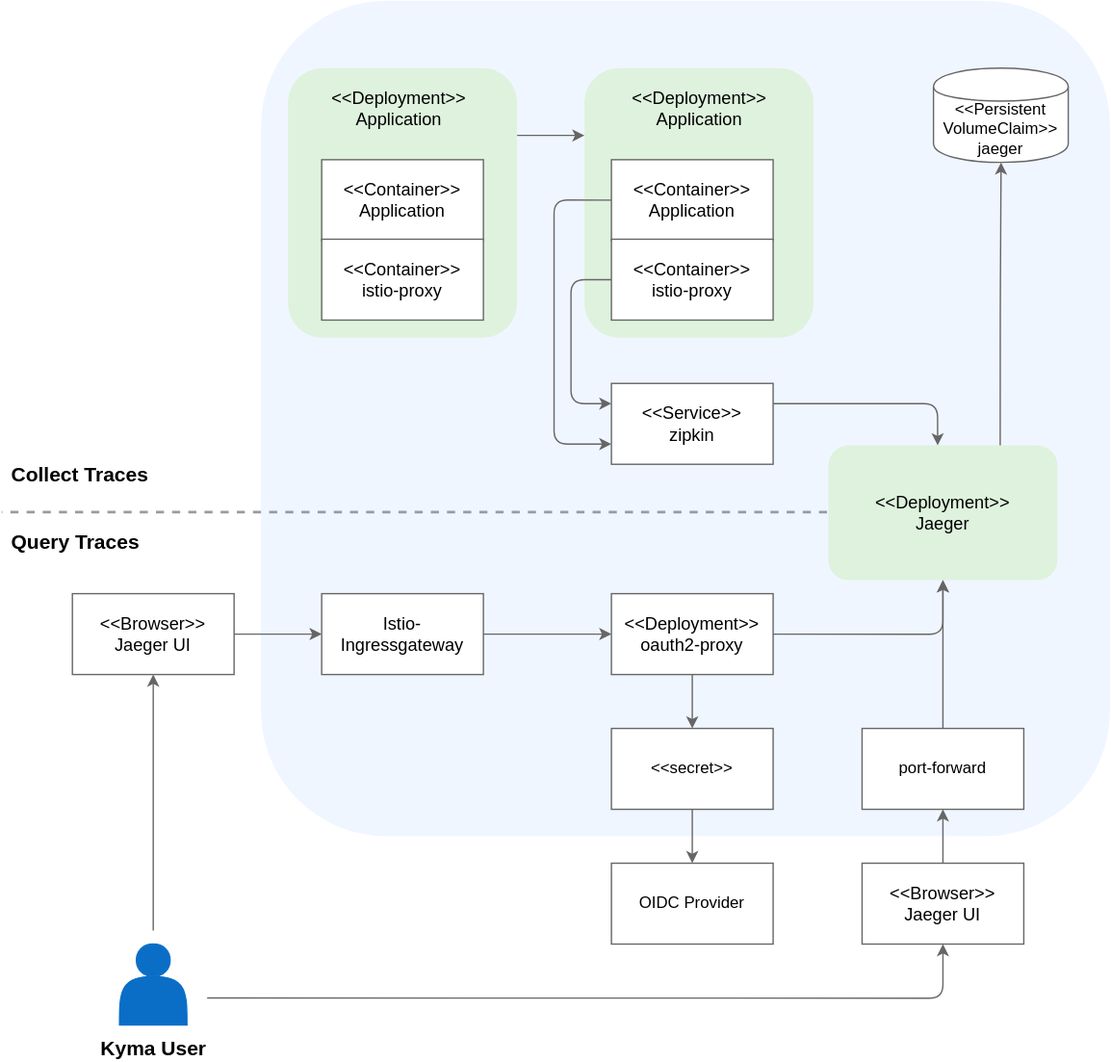
This is docs/05-technical-reference/03-architecture/assets/obsv-tracing-architecture.svg from kyma-project/kyma, a draw.io export, as it was before one commit. Source tidied: cells renumbered, new cells last; positions are measured from the earlier drawing's top-left corner, leaving out a move shared by most shapes.
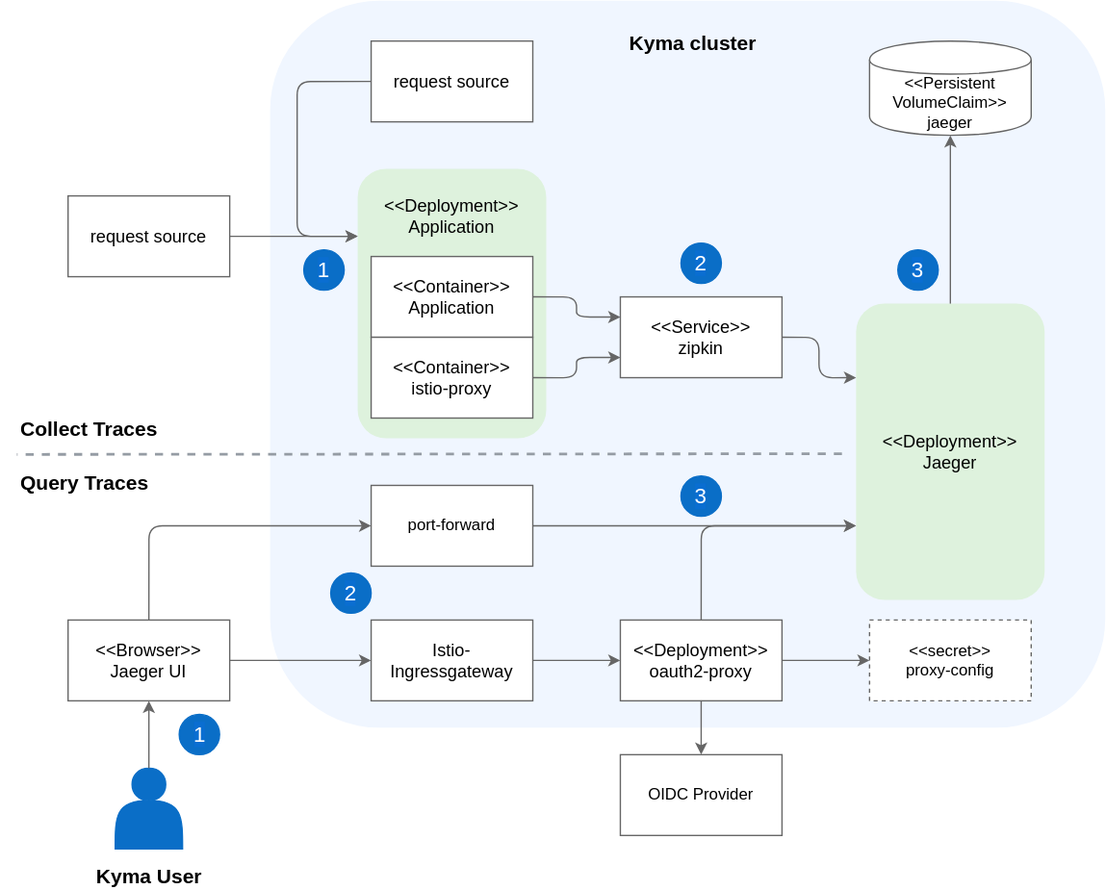
Later version of the same file.

The edit, as a diff of the source:
```diff
@@ -1,143 +1,145 @@
-<mxGraphModel background="#ffffff">
+<mxGraphModel background="#FFFFFF">
   <root>
     <mxCell id="0" />
     <mxCell id="1" parent="0" />
+    <mxCell id="40" style="rounded=0;whiteSpace=wrap;html=1;strokeColor=none;fillColor=#FFFFFF;" parent="1" vertex="1">
+      <mxGeometry x="2" y="90" width="820" height="660" as="geometry" />
+    </mxCell>
     <mxCell id="2" style="rounded=1;whiteSpace=wrap;html=1;strokeColor=none;fillColor=#F0F6FF;" parent="1" vertex="1">
-      <mxGeometry x="192" width="630" height="620" as="geometry" />
+      <mxGeometry x="202" y="90" width="620" height="540" as="geometry" />
     </mxCell>
     <mxCell id="3" style="rounded=1;whiteSpace=wrap;html=1;strokeColor=none;fillColor=#DEF2DD;" parent="1" vertex="1">
-      <mxGeometry x="432" y="50" width="170" height="200" as="geometry" />
+      <mxGeometry x="267" y="215" width="140" height="200" as="geometry" />
     </mxCell>
     <mxCell id="4" value="&lt;span style=&quot;font-size: 13px&quot;&gt;&amp;lt;&amp;lt;Deployment&amp;gt;&amp;gt;&lt;/span&gt;&lt;br style=&quot;font-size: 13px&quot;&gt;&lt;span style=&quot;font-size: 13px&quot;&gt;Jaeger&lt;/span&gt;" style="rounded=1;whiteSpace=wrap;html=1;strokeColor=none;fillColor=#DEF2DD;" parent="1" vertex="1">
-      <mxGeometry x="613" y="330" width="170" height="100" as="geometry" />
+      <mxGeometry x="637" y="315" width="140" height="220" as="geometry" />
     </mxCell>
     <mxCell id="5" value="&lt;font style=&quot;font-size: 13px&quot;&gt;&amp;lt;&amp;lt;Browser&amp;gt;&amp;gt;&lt;br&gt;Jaeger UI&lt;/font&gt;" style="rounded=0;whiteSpace=wrap;html=1;strokeColor=#666666;" parent="1" vertex="1">
-      <mxGeometry x="52" y="440" width="120" height="60" as="geometry" />
+      <mxGeometry x="52" y="550" width="120" height="60" as="geometry" />
     </mxCell>
     <mxCell id="6" style="edgeStyle=orthogonalEdgeStyle;rounded=1;jettySize=auto;html=1;exitX=1;exitY=0.5;exitDx=0;exitDy=0;entryX=0;entryY=0.5;entryDx=0;entryDy=0;fontSize=13;strokeColor=#666666;" parent="1" edge="1" source="7" target="9">
       <mxGeometry relative="1" as="geometry" />
     </mxCell>
     <mxCell id="7" value="Istio-Ingressgateway" style="rounded=0;whiteSpace=wrap;html=1;fontSize=13;strokeColor=#666666;" parent="1" vertex="1">
-      <mxGeometry x="237" y="440" width="120" height="60" as="geometry" />
+      <mxGeometry x="277" y="550" width="120" height="60" as="geometry" />
     </mxCell>
-    <mxCell id="8" style="edgeStyle=orthogonalEdgeStyle;rounded=1;jettySize=auto;html=1;exitX=0.75;exitY=0;exitDx=0;exitDy=0;strokeColor=#666666;" parent="1" edge="1" source="4" target="18">
+    <mxCell id="8" style="edgeStyle=orthogonalEdgeStyle;rounded=1;jettySize=auto;html=1;exitX=0.5;exitY=0;exitDx=0;exitDy=0;strokeColor=#666666;" parent="1" edge="1" source="4" target="18">
       <mxGeometry relative="1" as="geometry" />
     </mxCell>
     <mxCell id="9" value="&amp;lt;&amp;lt;Deployment&amp;gt;&amp;gt;&lt;br style=&quot;font-size: 13px&quot;&gt;oauth2-proxy" style="rounded=0;whiteSpace=wrap;html=1;fontSize=13;strokeColor=#666666;" parent="1" vertex="1">
-      <mxGeometry x="452" y="440" width="120" height="60" as="geometry" />
+      <mxGeometry x="462" y="550" width="120" height="60" as="geometry" />
     </mxCell>
     <mxCell id="10" value="&lt;font style=&quot;font-size: 13px&quot;&gt;&amp;lt;&amp;lt;Container&amp;gt;&amp;gt;&lt;br&gt;Application&lt;br&gt;&lt;/font&gt;" style="rounded=0;whiteSpace=wrap;html=1;fontSize=13;strokeColor=#666666;" parent="1" vertex="1">
-      <mxGeometry x="452" y="118" width="120" height="60" as="geometry" />
+      <mxGeometry x="277" y="280" width="120" height="60" as="geometry" />
     </mxCell>
-    <mxCell id="11" style="edgeStyle=orthogonalEdgeStyle;rounded=1;jettySize=auto;html=1;exitX=0;exitY=0.5;exitDx=0;exitDy=0;entryX=0;entryY=0.25;entryDx=0;entryDy=0;fontSize=13;strokeColor=#666666;" parent="1" edge="1" source="12" target="14">
-      <mxGeometry relative="1" as="geometry">
-        <Array as="points">
-          <mxPoint x="422" y="207" />
-          <mxPoint x="422" y="299" />
-        </Array>
-      </mxGeometry>
-    </mxCell>
     <mxCell id="12" value="&lt;font style=&quot;font-size: 13px&quot;&gt;&amp;lt;&amp;lt;Container&amp;gt;&amp;gt;&lt;br style=&quot;font-size: 13px;&quot;&gt;istio-proxy&lt;/font&gt;" style="rounded=0;whiteSpace=wrap;html=1;fontSize=13;strokeColor=#666666;" parent="1" vertex="1">
-      <mxGeometry x="452" y="177" width="120" height="60" as="geometry" />
+      <mxGeometry x="277" y="340" width="120" height="60" as="geometry" />
     </mxCell>
     <mxCell id="13" value="&lt;font style=&quot;font-size: 13px&quot;&gt;&amp;lt;&amp;lt;Deployment&amp;gt;&amp;gt;&lt;br style=&quot;font-size: 13px&quot;&gt;Application&lt;/font&gt;" style="text;html=1;strokeColor=none;fillColor=none;align=center;verticalAlign=middle;whiteSpace=wrap;rounded=0;fontSize=13;" parent="1" vertex="1">
-      <mxGeometry x="494.5" y="70" width="45" height="20" as="geometry" />
+      <mxGeometry x="277" y="220" width="120" height="60" as="geometry" />
     </mxCell>
     <mxCell id="14" value="&amp;lt;&amp;lt;Service&amp;gt;&amp;gt;&lt;br style=&quot;font-size: 13px;&quot;&gt;zipkin" style="rounded=0;whiteSpace=wrap;html=1;fontSize=13;strokeColor=#666666;" parent="1" vertex="1">
-      <mxGeometry x="452" y="284" width="120" height="60" as="geometry" />
+      <mxGeometry x="462" y="310" width="120" height="60" as="geometry" />
     </mxCell>
     <mxCell id="15" style="endArrow=none;dashed=1;html=1;strokeColor=#959CA4;fontSize=13;strokeWidth=2;" parent="1" edge="1">
       <mxGeometry relative="1" as="geometry">
-        <mxPoint x="612" y="379.5" as="sourcePoint" />
-        <mxPoint x="-0.5" y="379.5" as="targetPoint" />
+        <mxPoint x="626.5" y="426.5" as="sourcePoint" />
+        <mxPoint x="14" y="427" as="targetPoint" />
       </mxGeometry>
     </mxCell>
-    <mxCell id="16" value="&lt;font style=&quot;font-size: 15px&quot;&gt;&lt;b style=&quot;font-size: 15px;&quot;&gt;Collect Traces&lt;/b&gt;&lt;/font&gt;" style="text;html=1;align=left;verticalAlign=top;spacingTop=-4;fontSize=15;" parent="1" vertex="1">
-      <mxGeometry x="4.5" y="340" width="120" height="20" as="geometry" />
+    <mxCell id="16" value="&lt;font style=&quot;font-size: 15px&quot;&gt;&lt;b style=&quot;font-size: 15px;&quot;&gt;Collect Traces&lt;/b&gt;&lt;/font&gt;" style="text;html=1;align=left;verticalAlign=top;spacingTop=-4;fontSize=15;rotation=0;" parent="1" vertex="1">
+      <mxGeometry x="14.5" y="397" width="120" height="20" as="geometry" />
     </mxCell>
-    <mxCell id="17" value="&lt;b&gt;&lt;font style=&quot;font-size: 15px&quot;&gt;Query Traces&lt;/font&gt;&lt;/b&gt;" style="text;html=1;align=left;verticalAlign=top;spacingTop=-4;fontSize=13;" parent="1" vertex="1">
-      <mxGeometry x="4.5" y="390" width="110" height="20" as="geometry" />
+    <mxCell id="17" value="&lt;b style=&quot;font-size: 15px;&quot;&gt;&lt;font style=&quot;font-size: 15px&quot;&gt;Query Traces&lt;/font&gt;&lt;/b&gt;" style="text;html=1;align=left;verticalAlign=top;spacingTop=-4;fontSize=15;rotation=0;" parent="1" vertex="1">
+      <mxGeometry x="14.5" y="437" width="110" height="20" as="geometry" />
     </mxCell>
     <mxCell id="18" value="&amp;lt;&amp;lt;Persistent&lt;br&gt;VolumeClaim&amp;gt;&amp;gt;&lt;br&gt;jaeger" style="shape=cylinder;whiteSpace=wrap;html=1;boundedLbl=1;backgroundOutline=1;strokeColor=#666666;" parent="1" vertex="1">
-      <mxGeometry x="691" y="50" width="100" height="70" as="geometry" />
+      <mxGeometry x="647" y="120" width="120" height="70" as="geometry" />
     </mxCell>
-    <mxCell id="19" style="edgeStyle=orthogonalEdgeStyle;rounded=1;jettySize=auto;html=1;fontSize=13;strokeColor=#666666;exitX=1;exitY=0.25;exitDx=0;exitDy=0;entryX=0;entryY=0.25;entryDx=0;entryDy=0;" parent="1" edge="1" source="21" target="3">
+    <mxCell id="19" style="edgeStyle=orthogonalEdgeStyle;rounded=1;jettySize=auto;html=1;fontSize=13;strokeColor=#666666;exitX=1;exitY=0.5;exitDx=0;exitDy=0;entryX=0;entryY=0.25;entryDx=0;entryDy=0;" parent="1" edge="1" source="23" target="3">
       <mxGeometry relative="1" as="geometry" />
     </mxCell>
-    <mxCell id="20" style="edgeStyle=orthogonalEdgeStyle;rounded=1;jettySize=auto;html=1;entryX=0.477;entryY=0;entryDx=0;entryDy=0;fontSize=13;strokeColor=#666666;exitX=1;exitY=0.25;exitDx=0;exitDy=0;entryPerimeter=0;" parent="1" edge="1" source="14" target="4">
-      <mxGeometry relative="1" as="geometry" />
-    </mxCell>
-    <mxCell id="21" style="rounded=1;whiteSpace=wrap;html=1;strokeColor=none;fillColor=#DEF2DD;" parent="1" vertex="1">
-      <mxGeometry x="212" y="50" width="170" height="200" as="geometry" />
-    </mxCell>
-    <mxCell id="22" value="&lt;font style=&quot;font-size: 13px&quot;&gt;&amp;lt;&amp;lt;Container&amp;gt;&amp;gt;&lt;br&gt;Application&lt;br&gt;&lt;/font&gt;" style="rounded=0;whiteSpace=wrap;html=1;fontSize=13;strokeColor=#666666;" parent="1" vertex="1">
-      <mxGeometry x="237" y="118" width="120" height="60" as="geometry" />
+    <mxCell id="22" value="&lt;font style=&quot;font-size: 13px&quot;&gt;request source&lt;br&gt;&lt;/font&gt;" style="rounded=0;whiteSpace=wrap;html=1;fontSize=13;strokeColor=#666666;" parent="1" vertex="1">
+      <mxGeometry x="277" y="120" width="120" height="60" as="geometry" />
     </mxCell>
-    <mxCell id="23" value="&lt;font style=&quot;font-size: 13px&quot;&gt;&amp;lt;&amp;lt;Container&amp;gt;&amp;gt;&lt;br style=&quot;font-size: 13px;&quot;&gt;istio-proxy&lt;/font&gt;" style="rounded=0;whiteSpace=wrap;html=1;fontSize=13;strokeColor=#666666;" parent="1" vertex="1">
-      <mxGeometry x="237" y="177" width="120" height="60" as="geometry" />
+    <mxCell id="23" value="request source" style="rounded=0;whiteSpace=wrap;html=1;fontSize=13;strokeColor=#666666;" parent="1" vertex="1">
+      <mxGeometry x="52" y="235" width="120" height="60" as="geometry" />
     </mxCell>
-    <mxCell id="24" value="&lt;font style=&quot;font-size: 13px&quot;&gt;&amp;lt;&amp;lt;Deployment&amp;gt;&amp;gt;&lt;br style=&quot;font-size: 13px&quot;&gt;Application&lt;/font&gt;" style="text;html=1;strokeColor=none;fillColor=none;align=center;verticalAlign=middle;whiteSpace=wrap;rounded=0;fontSize=13;" parent="1" vertex="1">
-      <mxGeometry x="272" y="70" width="45" height="20" as="geometry" />
-    </mxCell>
     <mxCell id="25" value="port-forward" style="rounded=0;whiteSpace=wrap;html=1;strokeColor=#666666;" parent="1" vertex="1">
-      <mxGeometry x="638" y="540" width="120" height="60" as="geometry" />
+      <mxGeometry x="277" y="450" width="120" height="60" as="geometry" />
     </mxCell>
-    <mxCell id="26" value="&lt;font style=&quot;font-size: 13px&quot;&gt;&amp;lt;&amp;lt;Browser&amp;gt;&amp;gt;&lt;br&gt;Jaeger UI&lt;/font&gt;" style="rounded=0;whiteSpace=wrap;html=1;strokeColor=#666666;" parent="1" vertex="1">
-      <mxGeometry x="638" y="640" width="120" height="60" as="geometry" />
-    </mxCell>
     <mxCell id="27" value="OIDC Provider" style="rounded=0;whiteSpace=wrap;html=1;strokeColor=#666666;" parent="1" vertex="1">
-      <mxGeometry x="452" y="640" width="120" height="60" as="geometry" />
+      <mxGeometry x="462" y="650" width="120" height="60" as="geometry" />
     </mxCell>
-    <mxCell id="28" value="&amp;lt;&amp;lt;secret&amp;gt;&amp;gt;" style="rounded=0;whiteSpace=wrap;html=1;strokeColor=#666666;" parent="1" vertex="1">
-      <mxGeometry x="452" y="540" width="120" height="60" as="geometry" />
+    <mxCell id="28" value="&amp;lt;&amp;lt;secret&amp;gt;&amp;gt;&lt;br&gt;proxy-config" style="rounded=0;whiteSpace=wrap;html=1;strokeColor=#666666;dashed=1;" parent="1" vertex="1">
+      <mxGeometry x="647" y="550" width="120" height="60" as="geometry" />
     </mxCell>
-    <mxCell id="29" style="edgeStyle=orthogonalEdgeStyle;rounded=1;jettySize=auto;html=1;entryX=0;entryY=0.75;entryDx=0;entryDy=0;fontSize=13;strokeColor=#666666;exitX=0;exitY=0.5;exitDx=0;exitDy=0;" parent="1" edge="1" source="10" target="14">
-      <mxGeometry relative="1" as="geometry">
-        <Array as="points">
-          <mxPoint x="409.5" y="148" />
-          <mxPoint x="409.5" y="329" />
-        </Array>
-      </mxGeometry>
-    </mxCell>
-    <mxCell id="30" style="edgeStyle=orthogonalEdgeStyle;rounded=1;jettySize=auto;html=1;fontSize=13;strokeColor=#666666;exitX=1;exitY=0.5;exitDx=0;exitDy=0;" parent="1" edge="1" source="5" target="7">
-      <mxGeometry relative="1" as="geometry" />
-    </mxCell>
-    <mxCell id="31" style="edgeStyle=orthogonalEdgeStyle;rounded=1;jettySize=auto;html=1;exitX=1;exitY=0.5;exitDx=0;exitDy=0;entryX=0.5;entryY=1;entryDx=0;entryDy=0;fontSize=13;strokeColor=#666666;" parent="1" edge="1" source="9" target="4">
-      <mxGeometry relative="1" as="geometry" />
-    </mxCell>
-    <mxCell id="32" style="edgeStyle=orthogonalEdgeStyle;rounded=1;jettySize=auto;html=1;entryX=0.5;entryY=0;entryDx=0;entryDy=0;fontSize=13;strokeColor=#666666;" parent="1" edge="1" target="28">
-      <mxGeometry relative="1" as="geometry">
-        <mxPoint x="512" y="500" as="sourcePoint" />
-      </mxGeometry>
-    </mxCell>
-    <mxCell id="33" style="edgeStyle=orthogonalEdgeStyle;rounded=1;jettySize=auto;html=1;entryX=0.5;entryY=0;entryDx=0;entryDy=0;fontSize=13;strokeColor=#666666;" parent="1" edge="1" target="27">
-      <mxGeometry relative="1" as="geometry">
-        <mxPoint x="512" y="600" as="sourcePoint" />
-      </mxGeometry>
+    <mxCell id="33" style="edgeStyle=orthogonalEdgeStyle;rounded=1;jettySize=auto;html=1;entryX=0.5;entryY=0;entryDx=0;entryDy=0;fontSize=13;strokeColor=#666666;exitX=0.5;exitY=1;exitDx=0;exitDy=0;" parent="1" edge="1" source="9" target="27">
+      <mxGeometry relative="1" as="geometry" />
     </mxCell>
-    <mxCell id="34" style="edgeStyle=orthogonalEdgeStyle;rounded=1;jettySize=auto;html=1;entryX=0.5;entryY=1;entryDx=0;entryDy=0;fontSize=13;strokeColor=#666666;exitX=0.5;exitY=0;exitDx=0;exitDy=0;" parent="1" edge="1" source="25" target="4">
+    <mxCell id="34" style="edgeStyle=orthogonalEdgeStyle;rounded=1;jettySize=auto;html=1;entryX=0;entryY=0.75;entryDx=0;entryDy=0;fontSize=13;strokeColor=#666666;exitX=1;exitY=0.5;exitDx=0;exitDy=0;" parent="1" edge="1" source="25" target="4">
       <mxGeometry relative="1" as="geometry" />
     </mxCell>
-    <mxCell id="35" style="edgeStyle=orthogonalEdgeStyle;rounded=1;jettySize=auto;html=1;fontSize=13;strokeColor=#666666;exitX=0.5;exitY=0;exitDx=0;exitDy=0;" parent="1" edge="1" source="26">
-      <mxGeometry relative="1" as="geometry">
-        <mxPoint x="698" y="600" as="targetPoint" />
-      </mxGeometry>
-    </mxCell>
     <mxCell id="36" style="shape=actor;whiteSpace=wrap;html=1;fillColor=#0A6EC7;strokeColor=#0A6EC7;" parent="1" vertex="1">
-      <mxGeometry x="87" y="700" width="50" height="60" as="geometry" />
+      <mxGeometry x="87" y="660" width="50" height="60" as="geometry" />
     </mxCell>
     <mxCell id="37" value="&lt;font style=&quot;font-size: 15px&quot;&gt;&lt;b&gt;Kyma User&lt;/b&gt;&lt;/font&gt;" style="text;html=1;align=center;verticalAlign=middle;fontSize=15;" parent="1" vertex="1">
-      <mxGeometry x="67" y="767" width="90" height="20" as="geometry" />
+      <mxGeometry x="67" y="730" width="90" height="20" as="geometry" />
     </mxCell>
-    <mxCell id="38" style="edgeStyle=orthogonalEdgeStyle;rounded=1;jettySize=auto;html=1;fontSize=13;strokeColor=#666666;entryX=0.5;entryY=1;entryDx=0;entryDy=0;" parent="1" edge="1" target="26">
-      <mxGeometry relative="1" as="geometry">
-        <mxPoint x="152" y="740" as="sourcePoint" />
-      </mxGeometry>
+    <mxCell id="38" style="edgeStyle=orthogonalEdgeStyle;rounded=1;jettySize=auto;html=1;fontSize=13;strokeColor=#666666;entryX=0;entryY=0.5;entryDx=0;entryDy=0;exitX=0.5;exitY=0;exitDx=0;exitDy=0;" parent="1" edge="1" source="5" target="25">
+      <mxGeometry relative="1" as="geometry" />
     </mxCell>
-    <mxCell id="39" style="edgeStyle=orthogonalEdgeStyle;rounded=1;jettySize=auto;html=1;fontSize=13;strokeColor=#666666;entryX=0.5;entryY=1;entryDx=0;entryDy=0;" parent="1" edge="1" target="5">
-      <mxGeometry relative="1" as="geometry">
-        <mxPoint x="112" y="690" as="sourcePoint" />
-      </mxGeometry>
+    <mxCell id="39" style="edgeStyle=orthogonalEdgeStyle;rounded=1;jettySize=auto;html=1;fontSize=13;strokeColor=#666666;entryX=0.5;entryY=1;entryDx=0;entryDy=0;exitX=0.5;exitY=0;exitDx=0;exitDy=0;" parent="1" edge="1" source="36" target="5">
+      <mxGeometry relative="1" as="geometry" />
     </mxCell>
+    <mxCell id="41" style="edgeStyle=orthogonalEdgeStyle;rounded=1;jettySize=auto;html=1;exitX=1;exitY=0.5;exitDx=0;exitDy=0;fontSize=13;strokeColor=#666666;entryX=0;entryY=0.5;entryDx=0;entryDy=0;" parent="1" edge="1" source="9" target="28">
+      <mxGeometry relative="1" as="geometry" />
+    </mxCell>
+    <mxCell id="42" value="&lt;font style=&quot;font-size: 16px&quot;&gt;1&lt;/font&gt;" style="ellipse;whiteSpace=wrap;html=1;labelBackgroundColor=#0A6ED1;fontColor=#FFFFFF;fillColor=#0A6EC7;strokeColor=#0A6EC7;" parent="1" vertex="1">
+      <mxGeometry x="227" y="275" width="30" height="30" as="geometry" />
+    </mxCell>
+    <mxCell id="43" value="&lt;font style=&quot;font-size: 16px&quot;&gt;2&lt;/font&gt;" style="ellipse;whiteSpace=wrap;html=1;labelBackgroundColor=#0A6ED1;fontColor=#FFFFFF;fillColor=#0A6EC7;strokeColor=#0A6EC7;" parent="1" vertex="1">
+      <mxGeometry x="507" y="270" width="30" height="30" as="geometry" />
+    </mxCell>
+    <mxCell id="44" value="&lt;font style=&quot;font-size: 16px&quot;&gt;3&lt;/font&gt;" style="ellipse;whiteSpace=wrap;html=1;labelBackgroundColor=#0A6ED1;fontColor=#FFFFFF;fillColor=#0A6EC7;strokeColor=#0A6EC7;" parent="1" vertex="1">
+      <mxGeometry x="668" y="275" width="30" height="30" as="geometry" />
+    </mxCell>
+    <mxCell id="45" value="&lt;font style=&quot;font-size: 16px&quot;&gt;1&lt;/font&gt;" style="ellipse;whiteSpace=wrap;html=1;labelBackgroundColor=#0A6ED1;fontColor=#FFFFFF;fillColor=#0A6EC7;strokeColor=#0A6EC7;" parent="1" vertex="1">
+      <mxGeometry x="134.5" y="620" width="30" height="30" as="geometry" />
+    </mxCell>
+    <mxCell id="46" value="&lt;span style=&quot;font-size: 16px&quot;&gt;2&lt;/span&gt;" style="ellipse;whiteSpace=wrap;html=1;labelBackgroundColor=#0A6ED1;fontColor=#FFFFFF;fillColor=#0A6EC7;strokeColor=#0A6EC7;" parent="1" vertex="1">
+      <mxGeometry x="247" y="515" width="30" height="30" as="geometry" />
+    </mxCell>
+    <mxCell id="47" value="&lt;font style=&quot;font-size: 16px&quot;&gt;3&lt;/font&gt;" style="ellipse;whiteSpace=wrap;html=1;labelBackgroundColor=#0A6ED1;fontColor=#FFFFFF;fillColor=#0A6EC7;strokeColor=#0A6EC7;" parent="1" vertex="1">
+      <mxGeometry x="507" y="443" width="30" height="30" as="geometry" />
+    </mxCell>
+    <mxCell id="30" style="edgeStyle=orthogonalEdgeStyle;rounded=1;jettySize=auto;html=1;fontSize=13;strokeColor=#666666;entryX=0;entryY=0.5;entryDx=0;entryDy=0;exitX=1;exitY=0.5;exitDx=0;exitDy=0;" parent="1" edge="1" source="5" target="7">
+      <mxGeometry relative="1" as="geometry" />
+    </mxCell>
+    <mxCell id="48" style="edgeStyle=orthogonalEdgeStyle;rounded=1;jettySize=auto;html=1;fontSize=13;strokeColor=#666666;exitX=1;exitY=0.5;exitDx=0;exitDy=0;" parent="1" edge="1" source="10">
+      <mxGeometry relative="1" as="geometry">
+        <mxPoint x="462" y="325" as="targetPoint" />
+      </mxGeometry>
+    </mxCell>
+    <mxCell id="49" value="&lt;b style=&quot;font-size: 15px&quot;&gt;&lt;font style=&quot;font-size: 15px&quot;&gt;Kyma cluster&lt;/font&gt;&lt;/b&gt;" style="text;html=1;align=left;verticalAlign=top;spacingTop=-4;fontSize=15;" parent="1" vertex="1">
+      <mxGeometry x="467" y="110" width="110" height="20" as="geometry" />
+    </mxCell>
+    <mxCell id="11" style="edgeStyle=orthogonalEdgeStyle;rounded=1;jettySize=auto;html=1;fontSize=13;strokeColor=#666666;exitX=1;exitY=0.5;exitDx=0;exitDy=0;entryX=0;entryY=0.75;entryDx=0;entryDy=0;" parent="1" edge="1" source="12" target="14">
+      <mxGeometry relative="1" as="geometry" />
+    </mxCell>
+    <mxCell id="20" style="edgeStyle=orthogonalEdgeStyle;rounded=1;jettySize=auto;html=1;fontSize=13;strokeColor=#666666;exitX=1;exitY=0.5;exitDx=0;exitDy=0;entryX=0;entryY=0.25;entryDx=0;entryDy=0;" parent="1" edge="1" source="14" target="4">
+      <mxGeometry relative="1" as="geometry" />
+    </mxCell>
+    <mxCell id="50" style="edgeStyle=orthogonalEdgeStyle;rounded=1;jettySize=auto;html=1;fontSize=13;strokeColor=#666666;exitX=0;exitY=0.5;exitDx=0;exitDy=0;entryX=0;entryY=0.25;entryDx=0;entryDy=0;" parent="1" edge="1" source="22" target="3">
+      <mxGeometry relative="1" as="geometry">
+        <Array as="points">
+          <mxPoint x="222" y="150" />
+          <mxPoint x="222" y="265" />
+        </Array>
+      </mxGeometry>
+    </mxCell>
+    <mxCell id="31" style="edgeStyle=orthogonalEdgeStyle;rounded=1;jettySize=auto;html=1;entryX=0;entryY=0.75;entryDx=0;entryDy=0;fontSize=13;strokeColor=#666666;exitX=0.5;exitY=0;exitDx=0;exitDy=0;" parent="1" edge="1" source="9" target="4">
+      <mxGeometry relative="1" as="geometry" />
+    </mxCell>
   </root>
 </mxGraphModel>
```
